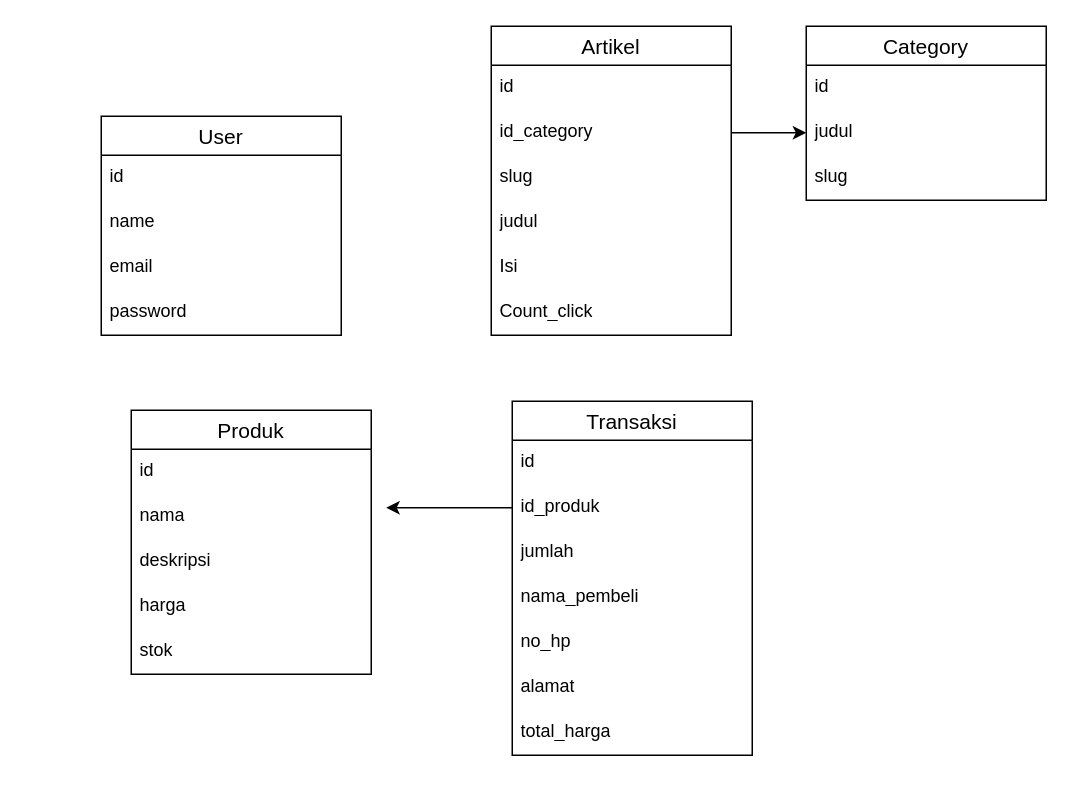
bayudani/ProjectDesa-sebauk- keeps this draw.io diagram as ERD.drawio. Above is the earlier version. Source tidied: cells renumbered, new cells numbered last; positions are measured from the earlier drawing's top-left corner, leaving out a move shared by most shapes. Both pictures are drawn from the tidied source at 150%, with x=0, y=0 at pixel (100, 26).
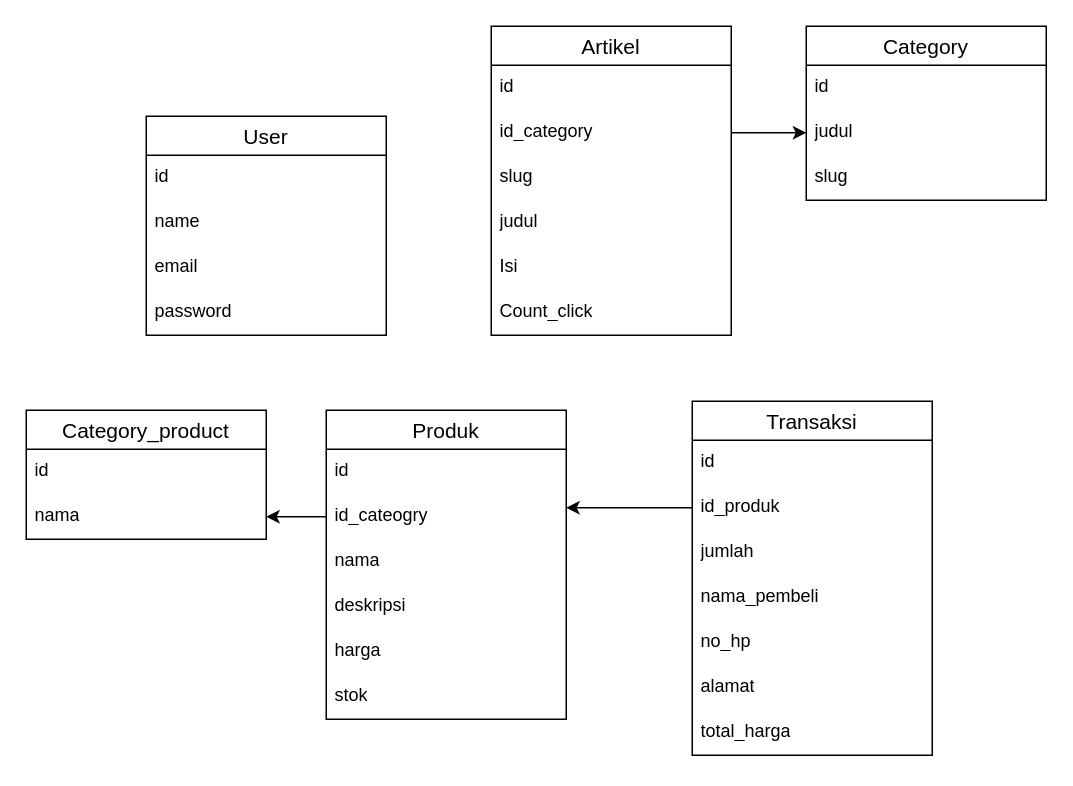
After the change.

The edit, as a diff of the source:
```diff
@@
     <mxCell id="2" value="User" style="swimlane;fontStyle=0;horizontal=1;startSize=26;align=center;fontSize=14;" parent="1" vertex="1">
-      <mxGeometry y="60" width="160" height="146" as="geometry" />
+      <mxGeometry x="30" y="60" width="160" height="146" as="geometry" />
     </mxCell>
@@
     <mxCell id="14" value="Produk" style="swimlane;fontStyle=0;horizontal=1;startSize=26;align=center;fontSize=14;" parent="1" vertex="1">
-      <mxGeometry x="20" y="256" width="160" height="176" as="geometry" />
+      <mxGeometry x="150" y="256" width="160" height="206" as="geometry" />
     </mxCell>
@@
+    <mxCell id="34" value="id_cateogry" style="text;strokeColor=none;fillColor=none;spacingLeft=4;spacingRight=4;overflow=hidden;points=[[0,0.5],[1,0.5]];portConstraint=eastwest;fontSize=12;whiteSpace=wrap;html=1;" parent="14" vertex="1">
+      <mxGeometry y="56" width="160" height="30" as="geometry" />
+    </mxCell>
     <mxCell id="16" value="nama" style="text;strokeColor=none;fillColor=none;spacingLeft=4;spacingRight=4;overflow=hidden;fontSize=12;whiteSpace=wrap;html=1;" parent="14" vertex="1">
-      <mxGeometry y="56" width="160" height="30" as="geometry" />
+      <mxGeometry y="86" width="160" height="30" as="geometry" />
     </mxCell>
     <mxCell id="17" value="deskripsi" style="text;strokeColor=none;fillColor=none;spacingLeft=4;spacingRight=4;overflow=hidden;fontSize=12;whiteSpace=wrap;html=1;" parent="14" vertex="1">
-      <mxGeometry y="86" width="160" height="30" as="geometry" />
+      <mxGeometry y="116" width="160" height="30" as="geometry" />
     </mxCell>
     <mxCell id="18" value="harga" style="text;strokeColor=none;fillColor=none;spacingLeft=4;spacingRight=4;overflow=hidden;fontSize=12;whiteSpace=wrap;html=1;" parent="14" vertex="1">
-      <mxGeometry y="116" width="160" height="30" as="geometry" />
+      <mxGeometry y="146" width="160" height="30" as="geometry" />
     </mxCell>
     <mxCell id="19" value="stok" style="text;strokeColor=none;fillColor=none;spacingLeft=4;spacingRight=4;overflow=hidden;fontSize=12;whiteSpace=wrap;html=1;" parent="14" vertex="1">
-      <mxGeometry y="146" width="160" height="30" as="geometry" />
+      <mxGeometry y="176" width="160" height="30" as="geometry" />
     </mxCell>
     <mxCell id="20" value="Transaksi" style="swimlane;fontStyle=0;horizontal=1;startSize=26;align=center;fontSize=14;" parent="1" vertex="1">
-      <mxGeometry x="274" y="250" width="160" height="236" as="geometry" />
+      <mxGeometry x="394" y="250" width="160" height="236" as="geometry" />
     </mxCell>
@@
+    <mxCell id="35" value="Category_product" style="swimlane;fontStyle=0;horizontal=1;startSize=26;align=center;fontSize=14;" parent="1" vertex="1">
+      <mxGeometry x="-50" y="256" width="160" height="86" as="geometry" />
+    </mxCell>
+    <mxCell id="36" value="id" style="text;strokeColor=none;fillColor=none;spacingLeft=4;spacingRight=4;overflow=hidden;fontSize=12;whiteSpace=wrap;html=1;" parent="35" vertex="1">
+      <mxGeometry y="26" width="160" height="30" as="geometry" />
+    </mxCell>
+    <mxCell id="37" value="nama" style="text;strokeColor=none;fillColor=none;spacingLeft=4;spacingRight=4;overflow=hidden;points=[[0,0.5],[1,0.5]];portConstraint=eastwest;fontSize=12;whiteSpace=wrap;html=1;" parent="35" vertex="1">
+      <mxGeometry y="56" width="160" height="30" as="geometry" />
+    </mxCell>
+    <mxCell id="38" style="edgeStyle=orthogonalEdgeStyle;rounded=0;jettySize=auto;html=1;entryX=1;entryY=0.5;entryDx=0;entryDy=0;" parent="1" edge="1" source="34" target="37">
+      <mxGeometry relative="1" as="geometry" />
+    </mxCell>
```
